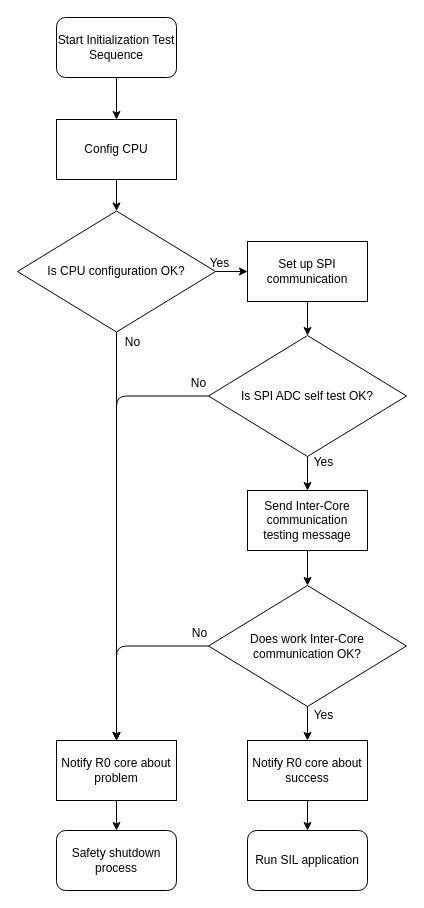
This is schematic/05-sw-flow-initialization-check.drawio from petrkucerak/diplom-thesis, a draw.io file, before an edit. Source tidied: cells renumbered, new cells numbered last; positions are measured from the earlier drawing's top-left corner, leaving out a move shared by most shapes. Both pictures are drawn from the tidied source at 100%, with x=0, y=0 at pixel (17, 17).
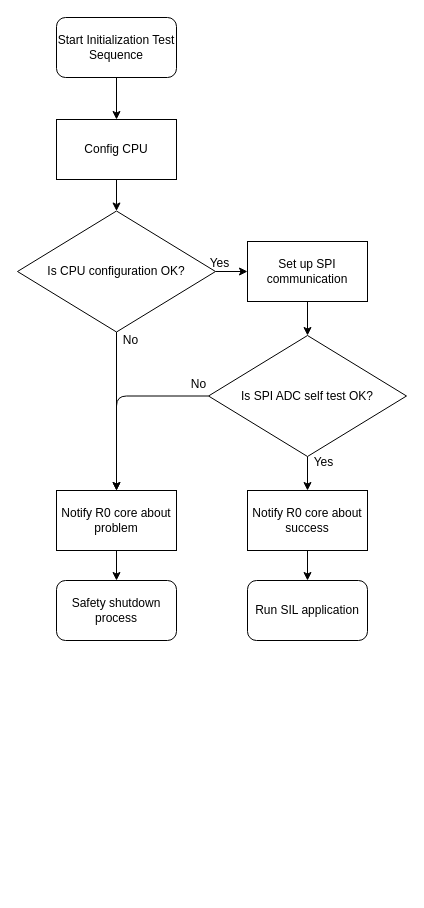
Above is the later version.

Unchanged cells that the change refers to:
```xml
<mxCell id="11" style="edgeStyle=orthogonalEdgeStyle;html=1;exitX=0;exitY=0.5;exitDx=0;exitDy=0;fontSize=12;" parent="1" edge="1" source="13" target="28">
  <mxGeometry relative="1" as="geometry" />
</mxCell>
<mxCell id="13" value="Is SPI ADC self test OK?" style="rhombus;whiteSpace=wrap;html=1;fontSize=12;" parent="1" vertex="1">
  <mxGeometry x="191" y="318" width="198" height="121" as="geometry" />
</mxCell>
<mxCell id="22" style="edgeStyle=none;html=1;entryX=0.5;entryY=0;entryDx=0;entryDy=0;" parent="1" edge="1" source="26" target="28">
  <mxGeometry relative="1" as="geometry" />
</mxCell>
```

Diff of the diagram source:
```diff
@@
-    <mxCell id="6" style="edgeStyle=none;html=1;exitX=0.5;exitY=1;exitDx=0;exitDy=0;fontSize=12;" parent="1" edge="1" source="7" target="18">
-      <mxGeometry relative="1" as="geometry" />
-    </mxCell>
-    <mxCell id="7" value="Send Inter-Core communication testing message" style="rounded=0;whiteSpace=wrap;html=1;fontSize=12;" parent="1" vertex="1">
-      <mxGeometry x="230" y="473" width="120" height="60" as="geometry" />
-    </mxCell>
     <mxCell id="8" value="Run SIL application" style="rounded=1;whiteSpace=wrap;html=1;fontSize=12;" parent="1" vertex="1">
-      <mxGeometry x="230" y="813" width="120" height="60" as="geometry" />
+      <mxGeometry x="230" y="563" width="120" height="60" as="geometry" />
     </mxCell>
-    <mxCell id="9" style="edgeStyle=none;html=1;exitX=0.5;exitY=1;exitDx=0;exitDy=0;fontSize=12;" parent="1" edge="1" source="13" target="7">
+    <mxCell id="9" style="edgeStyle=none;html=1;exitX=0.5;exitY=1;exitDx=0;exitDy=0;fontSize=12;entryX=0.5;entryY=0;entryDx=0;entryDy=0;" parent="1" edge="1" source="13" target="30">
       <mxGeometry relative="1" as="geometry" />
     </mxCell>
@@
     <mxCell id="12" value="No" style="edgeLabel;html=1;align=center;verticalAlign=middle;fontSize=12;" parent="11" vertex="1">
       <mxGeometry x="-0.1" y="1" relative="1" as="geometry">
-        <mxPoint x="80" y="-117" as="offset" />
+        <mxPoint x="73" y="-13" as="offset" />
       </mxGeometry>
     </mxCell>
@@
-    <mxCell id="14" style="edgeStyle=none;html=1;exitX=0.5;exitY=1;exitDx=0;exitDy=0;fontSize=12;entryX=0.5;entryY=0;entryDx=0;entryDy=0;" parent="1" edge="1" source="18" target="30">
-      <mxGeometry relative="1" as="geometry" />
-    </mxCell>
-    <mxCell id="15" value="&lt;font&gt;Yes&lt;/font&gt;" style="edgeLabel;html=1;align=center;verticalAlign=middle;fontSize=12;" parent="14" vertex="1">
-      <mxGeometry x="-0.53" y="-1" relative="1" as="geometry">
-        <mxPoint x="16" as="offset" />
-      </mxGeometry>
-    </mxCell>
-    <mxCell id="16" style="edgeStyle=orthogonalEdgeStyle;html=1;exitX=0;exitY=0.5;exitDx=0;exitDy=0;fontSize=12;" parent="1" edge="1" source="18" target="28">
-      <mxGeometry relative="1" as="geometry" />
-    </mxCell>
-    <mxCell id="17" value="&lt;font&gt;No&lt;/font&gt;" style="edgeLabel;html=1;align=center;verticalAlign=middle;fontSize=12;" parent="16" vertex="1">
-      <mxGeometry x="-0.71" y="-1" relative="1" as="geometry">
-        <mxPoint x="17" y="-12" as="offset" />
-      </mxGeometry>
-    </mxCell>
-    <mxCell id="18" value="&lt;span style=&quot;color: rgb(0, 0, 0);&quot;&gt;Does work Inter-Core communication OK?&lt;/span&gt;" style="rhombus;whiteSpace=wrap;html=1;fontSize=12;" parent="1" vertex="1">
-      <mxGeometry x="191" y="568" width="198" height="121" as="geometry" />
-    </mxCell>
     <mxCell id="19" value="Safety shutdown process" style="rounded=1;whiteSpace=wrap;html=1;fontSize=12;" parent="1" vertex="1">
-      <mxGeometry x="39" y="813" width="120" height="60" as="geometry" />
+      <mxGeometry x="39" y="563" width="120" height="60" as="geometry" />
     </mxCell>
@@
     <mxCell id="23" value="No" style="edgeLabel;html=1;align=center;verticalAlign=middle;fontSize=12;" parent="22" vertex="1">
       <mxGeometry x="-0.92" relative="1" as="geometry">
-        <mxPoint x="15" y="-6" as="offset" />
+        <mxPoint x="13" y="2" as="offset" />
       </mxGeometry>
     </mxCell>
@@
     <mxCell id="28" value="Notify R0 core about problem" style="rounded=0;whiteSpace=wrap;html=1;fontSize=12;" parent="1" vertex="1">
-      <mxGeometry x="39" y="723" width="120" height="60" as="geometry" />
+      <mxGeometry x="39" y="473" width="120" height="60" as="geometry" />
     </mxCell>
@@
     <mxCell id="30" value="Notify R0 core about success" style="rounded=0;whiteSpace=wrap;html=1;fontSize=12;" parent="1" vertex="1">
-      <mxGeometry x="230" y="723" width="120" height="60" as="geometry" />
+      <mxGeometry x="230" y="473" width="120" height="60" as="geometry" />
     </mxCell>
```
